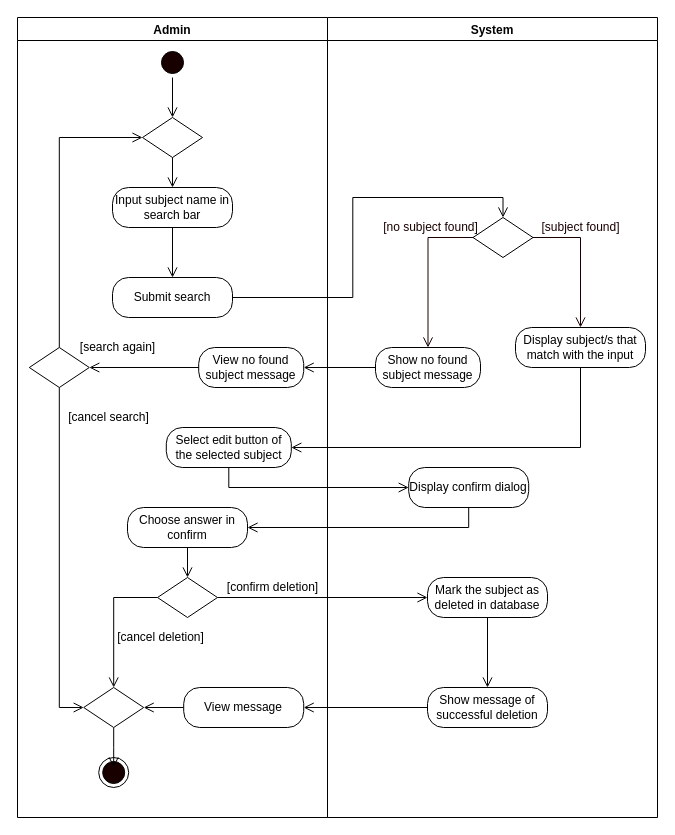
Before: page "Delete Subject" (3 of 12) of REVISIONS/UML-DIAGRAMS/6-28-2021/ACTIVITY DIAGRAM/ACTIVITY DIAGRAM2.drawio in mrklglsn/CAPSTONE-FILES, a draw.io diagram. Source tidied: cells renumbered, new cells numbered last; positions are measured from the earlier drawing's top-left corner, leaving out a move shared by most shapes. Both pictures are drawn from the tidied source at 100%, with x=0, y=0 at pixel (17, 17).
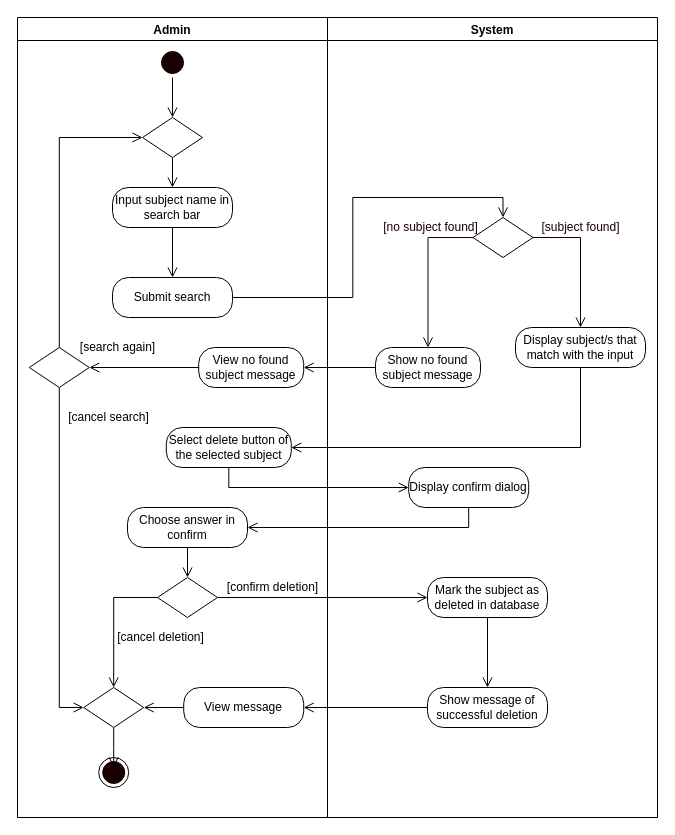
After the change.

Unchanged cells that the change refers to:
```xml
<mxCell id="2" value="Admin" style="swimlane;startSize=23;" parent="1" vertex="1">
  <mxGeometry width="310" height="800" as="geometry" />
</mxCell>
```

Change to the diagram source:
```diff
@@
-    <mxCell id="25" value="Select edit button of the selected subject" style="rounded=1;whiteSpace=wrap;html=1;arcSize=40;" parent="2" vertex="1">
+    <mxCell id="25" value="Select delete button of the selected subject" style="rounded=1;whiteSpace=wrap;html=1;arcSize=40;" parent="2" vertex="1">
       <mxGeometry x="148.8" y="410" width="125" height="40" as="geometry" />
     </mxCell>
```
